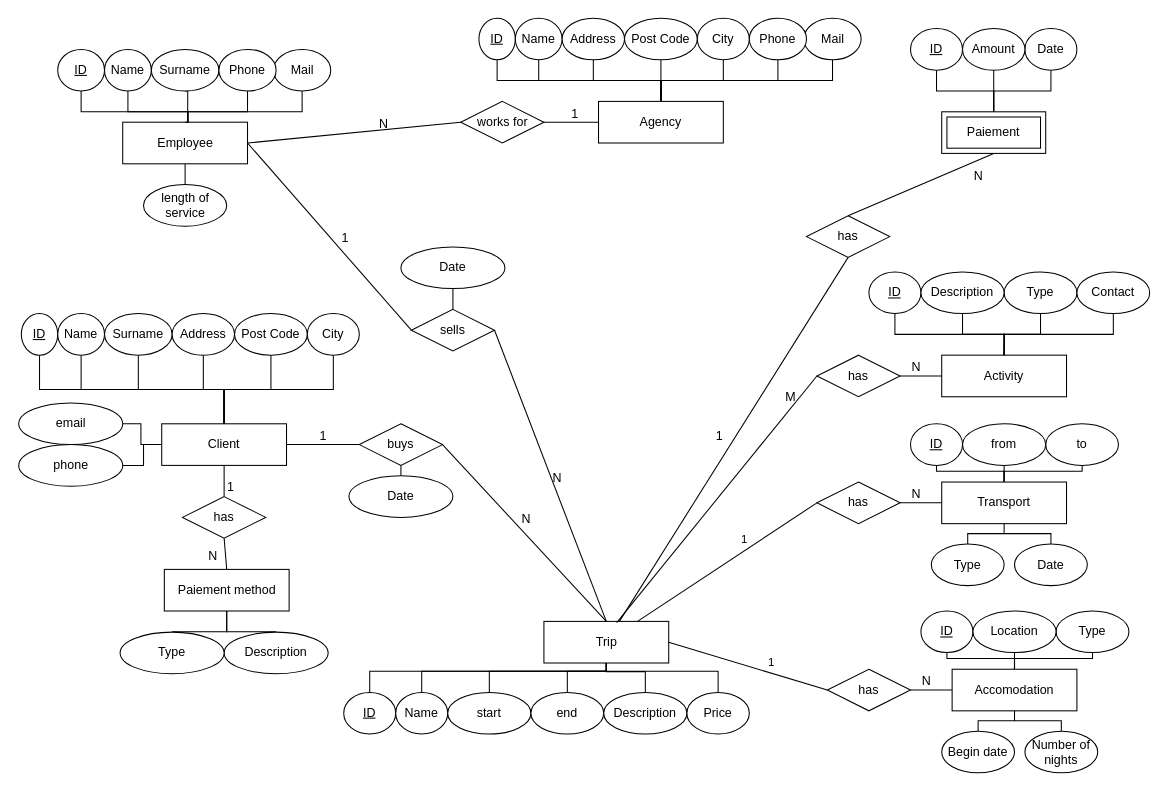
Before: page "Proposition 2" (2 of 3) of DB Projekt 1.drawio in phootrf/DBProjet1, a draw.io diagram. Source tidied: cells renumbered, new cells numbered last; positions are measured from the earlier drawing's top-left corner, leaving out a move shared by most shapes. Both pictures are drawn from the tidied source at 104%, with x=0, y=0 at pixel (18, 18).
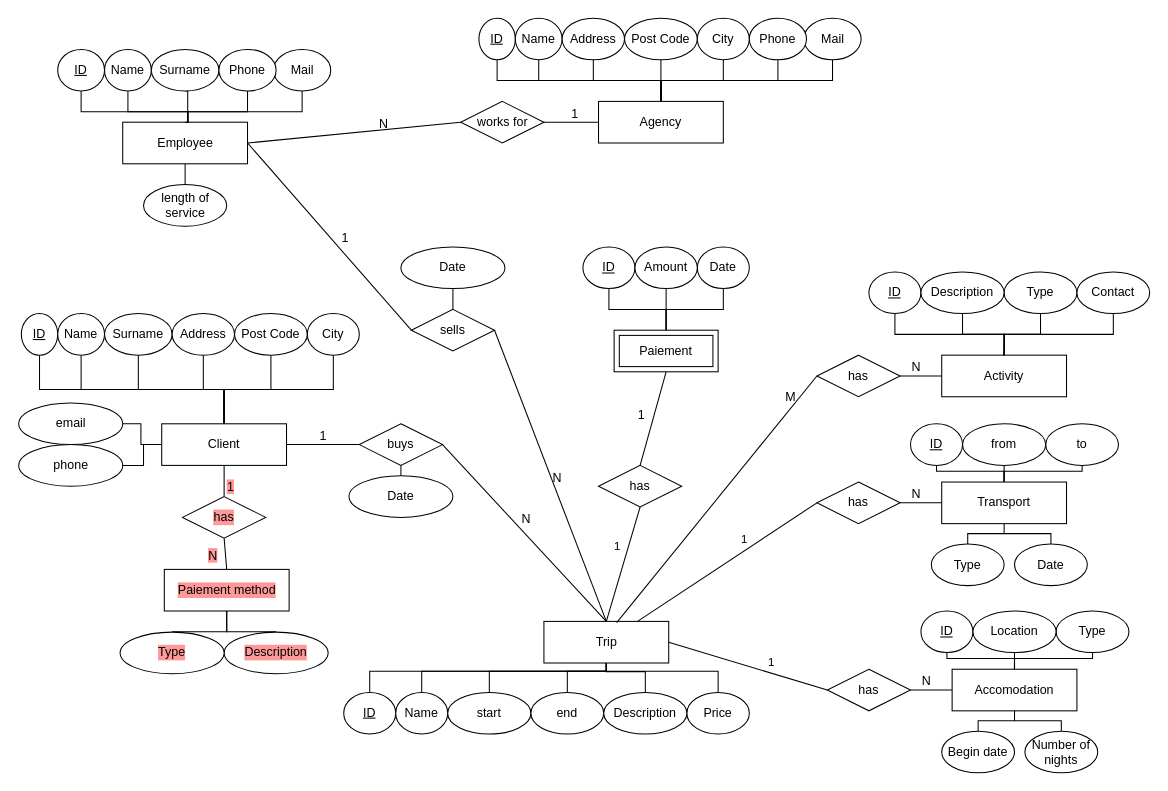
After the change.

The change refers to these unchanged cells:
```xml
<mxCell id="4" value="Trip" style="whiteSpace=wrap;html=1;align=center;" parent="1" vertex="1">
  <mxGeometry x="505.5" y="580" width="120" height="40" as="geometry" />
</mxCell>
<mxCell id="52" style="endArrow=none;html=1;rounded=0;entryX=0.5;entryY=0;entryDx=0;entryDy=0;exitX=0.5;exitY=1;exitDx=0;exitDy=0;" parent="1" edge="1" source="3" target="49">
  <mxGeometry relative="1" as="geometry" />
</mxCell>
```

Change to the diagram source:
```diff
@@
-    <mxCell id="7" style="edgeStyle=orthogonalEdgeStyle;rounded=0;jettySize=auto;html=1;exitX=0.5;exitY=1;exitDx=0;exitDy=0;entryX=0.5;entryY=0;entryDx=0;entryDy=0;endArrow=none;endFill=0;" parent="1" edge="1" source="9" target="69">
+    <mxCell id="7" style="edgeStyle=orthogonalEdgeStyle;rounded=0;jettySize=auto;html=1;exitX=0.5;exitY=1;exitDx=0;exitDy=0;entryX=0.5;entryY=0;entryDx=0;entryDy=0;endArrow=none;endFill=0;labelBackgroundColor=#FF9999;" parent="1" edge="1" source="9" target="69">
       <mxGeometry relative="1" as="geometry" />
     </mxCell>
-    <mxCell id="8" style="edgeStyle=orthogonalEdgeStyle;rounded=0;jettySize=auto;html=1;exitX=0.5;exitY=1;exitDx=0;exitDy=0;entryX=0.5;entryY=0;entryDx=0;entryDy=0;endArrow=none;endFill=0;" parent="1" edge="1" source="9" target="67">
+    <mxCell id="8" style="edgeStyle=orthogonalEdgeStyle;rounded=0;jettySize=auto;html=1;exitX=0.5;exitY=1;exitDx=0;exitDy=0;entryX=0.5;entryY=0;entryDx=0;entryDy=0;endArrow=none;endFill=0;labelBackgroundColor=#FF9999;" parent="1" edge="1" source="9" target="67">
       <mxGeometry relative="1" as="geometry" />
     </mxCell>
-    <mxCell id="9" value="Paiement method" style="whiteSpace=wrap;html=1;align=center;" parent="1" vertex="1">
+    <mxCell id="9" value="Paiement method" style="whiteSpace=wrap;html=1;align=center;labelBackgroundColor=#FF9999;" parent="1" vertex="1">
       <mxGeometry x="140.5" y="530" width="120" height="40" as="geometry" />
     </mxCell>
@@
-    <mxCell id="49" value="has" style="shape=rhombus;perimeter=rhombusPerimeter;whiteSpace=wrap;html=1;align=center;" parent="1" vertex="1">
+    <mxCell id="49" value="has" style="shape=rhombus;perimeter=rhombusPerimeter;whiteSpace=wrap;html=1;align=center;labelBackgroundColor=#FF9999;" parent="1" vertex="1">
       <mxGeometry x="158" y="460" width="80" height="40" as="geometry" />
     </mxCell>
-    <mxCell id="50" style="endArrow=none;html=1;rounded=0;exitX=0.5;exitY=1;exitDx=0;exitDy=0;entryX=0.5;entryY=0;entryDx=0;entryDy=0;" parent="1" edge="1" source="49" target="9">
+    <mxCell id="50" style="endArrow=none;html=1;rounded=0;exitX=0.5;exitY=1;exitDx=0;exitDy=0;entryX=0.5;entryY=0;entryDx=0;entryDy=0;labelBackgroundColor=#FF9999;" parent="1" edge="1" source="49" target="9">
       <mxGeometry relative="1" as="geometry" />
     </mxCell>
-    <mxCell id="51" value="N" style="html=1;align=right;verticalAlign=bottom;" parent="50" vertex="1">
+    <mxCell id="51" value="N" style="html=1;align=right;verticalAlign=bottom;labelBackgroundColor=#FF9999;" parent="50" vertex="1">
       <mxGeometry x="1" relative="1" as="geometry">
         <mxPoint x="-8" y="-5" as="offset" />
       </mxGeometry>
     </mxCell>
@@
-    <mxCell id="53" value="1" style="html=1;align=right;verticalAlign=bottom;" parent="52" vertex="1">
+    <mxCell id="53" value="1" style="html=1;align=right;verticalAlign=bottom;labelBackgroundColor=#FF9999;" parent="52" vertex="1">
       <mxGeometry x="1" relative="1" as="geometry">
         <mxPoint x="10" y="-1" as="offset" />
       </mxGeometry>
     </mxCell>
-    <mxCell id="54" value="has" style="shape=rhombus;perimeter=rhombusPerimeter;whiteSpace=wrap;html=1;align=center;" parent="1" vertex="1">
-      <mxGeometry x="758" y="190" width="80" height="40" as="geometry" />
-    </mxCell>
-    <mxCell id="55" style="endArrow=none;html=1;rounded=0;entryX=0.5;entryY=1;entryDx=0;entryDy=0;" parent="1" edge="1" source="4" target="54">
-      <mxGeometry relative="1" as="geometry" />
-    </mxCell>
-    <mxCell id="56" value="1" style="html=1;align=right;verticalAlign=bottom;" parent="55" vertex="1">
-      <mxGeometry x="1" relative="1" as="geometry">
-        <mxPoint x="-120" y="180" as="offset" />
-      </mxGeometry>
-    </mxCell>
-    <mxCell id="57" style="endArrow=none;html=1;rounded=0;exitX=0.5;exitY=0;exitDx=0;exitDy=0;entryX=0.5;entryY=1;entryDx=0;entryDy=0;" parent="1" edge="1" source="54" target="112">
-      <mxGeometry relative="1" as="geometry" />
-    </mxCell>
-    <mxCell id="58" value="N" style="html=1;align=right;verticalAlign=bottom;" parent="57" vertex="1">
-      <mxGeometry x="1" relative="1" as="geometry">
-        <mxPoint x="-10" y="30" as="offset" />
-      </mxGeometry>
-    </mxCell>
     <mxCell id="59" style="edgeStyle=orthogonalEdgeStyle;rounded=0;jettySize=auto;html=1;exitX=0.5;exitY=1;exitDx=0;exitDy=0;entryX=0.5;entryY=0;entryDx=0;entryDy=0;endArrow=none;endFill=0;" parent="1" edge="1" source="60" target="112">
       <mxGeometry relative="1" as="geometry">
         <Array as="points">
-          <mxPoint x="883" y="70" />
-          <mxPoint x="938" y="70" />
+          <mxPoint x="568" y="280" />
+          <mxPoint x="623" y="280" />
         </Array>
       </mxGeometry>
     </mxCell>
     <mxCell id="60" value="ID" style="ellipse;whiteSpace=wrap;html=1;align=center;fontStyle=4;" parent="1" vertex="1">
-      <mxGeometry x="858" y="10" width="50" height="40" as="geometry" />
+      <mxGeometry x="543" y="220" width="50" height="40" as="geometry" />
     </mxCell>
     <mxCell id="61" style="edgeStyle=orthogonalEdgeStyle;rounded=0;jettySize=auto;html=1;exitX=0.5;exitY=1;exitDx=0;exitDy=0;endArrow=none;endFill=0;entryX=0.5;entryY=0;entryDx=0;entryDy=0;" parent="1" edge="1" source="62" target="112">
       <mxGeometry relative="1" as="geometry">
         <Array as="points">
-          <mxPoint x="993" y="70" />
-          <mxPoint x="938" y="70" />
+          <mxPoint x="678" y="280" />
+          <mxPoint x="623" y="280" />
         </Array>
       </mxGeometry>
     </mxCell>
     <mxCell id="62" value="Date" style="ellipse;whiteSpace=wrap;html=1;align=center;" parent="1" vertex="1">
-      <mxGeometry x="968" y="10" width="50" height="40" as="geometry" />
+      <mxGeometry x="653" y="220" width="50" height="40" as="geometry" />
     </mxCell>
@@
     <mxCell id="64" value="Amount" style="ellipse;whiteSpace=wrap;html=1;align=center;" parent="1" vertex="1">
-      <mxGeometry x="908" y="10" width="60" height="40" as="geometry" />
+      <mxGeometry x="593" y="220" width="60" height="40" as="geometry" />
     </mxCell>
@@
-    <mxCell id="67" value="Description" style="ellipse;whiteSpace=wrap;html=1;align=center;" parent="1" vertex="1">
+    <mxCell id="67" value="Description" style="ellipse;whiteSpace=wrap;html=1;align=center;labelBackgroundColor=#FF9999;" parent="1" vertex="1">
       <mxGeometry x="198" y="590.3" width="100" height="40" as="geometry" />
     </mxCell>
@@
-    <mxCell id="69" value="Type" style="ellipse;whiteSpace=wrap;html=1;align=center;" parent="1" vertex="1">
+    <mxCell id="69" value="Type" style="ellipse;whiteSpace=wrap;html=1;align=center;labelBackgroundColor=#FF9999;" parent="1" vertex="1">
       <mxGeometry x="98" y="590.3" width="100" height="40" as="geometry" />
     </mxCell>
@@
     <mxCell id="112" value="Paiement" style="shape=ext;margin=3;double=1;whiteSpace=wrap;html=1;align=center;" parent="1" vertex="1">
-      <mxGeometry x="888" y="90" width="100" height="40" as="geometry" />
+      <mxGeometry x="573" y="300" width="100" height="40" as="geometry" />
     </mxCell>
@@
+    <mxCell id="54" value="has" style="shape=rhombus;perimeter=rhombusPerimeter;whiteSpace=wrap;html=1;align=center;" parent="1" vertex="1">
+      <mxGeometry x="558" y="430" width="80" height="40" as="geometry" />
+    </mxCell>
+    <mxCell id="55" value="1" style="endArrow=none;html=1;rounded=0;exitX=0.5;exitY=0;exitDx=0;exitDy=0;entryX=0.5;entryY=1;entryDx=0;entryDy=0;" parent="1" edge="1" source="4" target="54">
+      <mxGeometry x="0.25" y="10" relative="1" as="geometry" />
+    </mxCell>
+    <mxCell id="145" style="endArrow=none;html=1;rounded=0;fontSize=27;exitX=0.5;exitY=1;exitDx=0;exitDy=0;entryX=0.5;entryY=0;entryDx=0;entryDy=0;" parent="1" edge="1" source="112" target="54">
+      <mxGeometry relative="1" as="geometry" />
+    </mxCell>
+    <mxCell id="146" value="1" style="html=1;align=right;verticalAlign=bottom;direction=south;" parent="145" vertex="1">
+      <mxGeometry x="1" relative="1" as="geometry">
+        <mxPoint x="5" y="-40" as="offset" />
+      </mxGeometry>
+    </mxCell>
```
